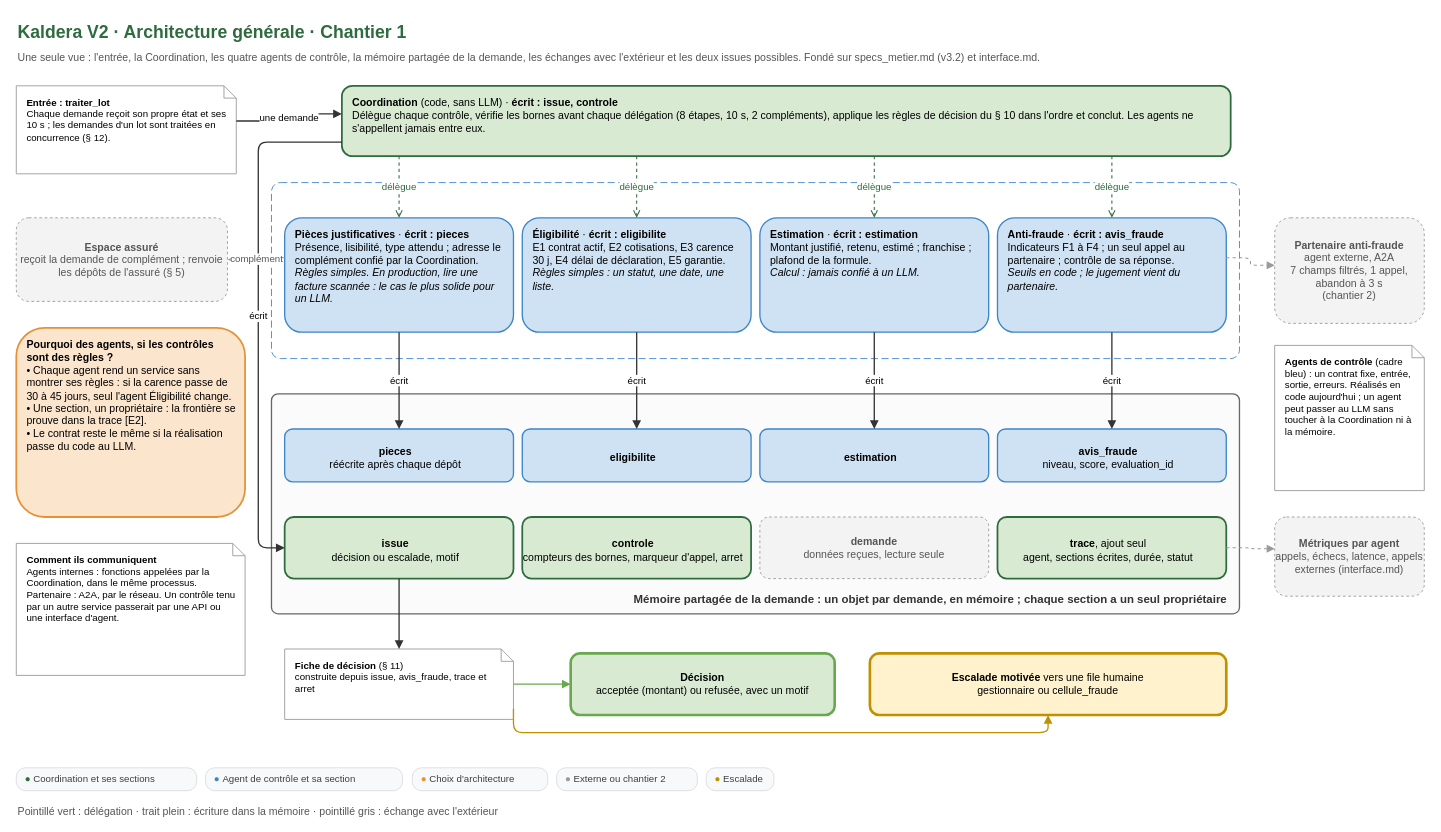
Ganda15/kaldera-v2-conception keeps this draw.io diagram as schemas/schema-A-architecture-generale.drawio. Above is the earlier version. Source tidied: cells renumbered, new cells numbered last; positions are measured from the earlier drawing's top-left corner, leaving out a move shared by most shapes. Both pictures are drawn from the tidied source at 88%, with x=0, y=0 at pixel (16, 15).
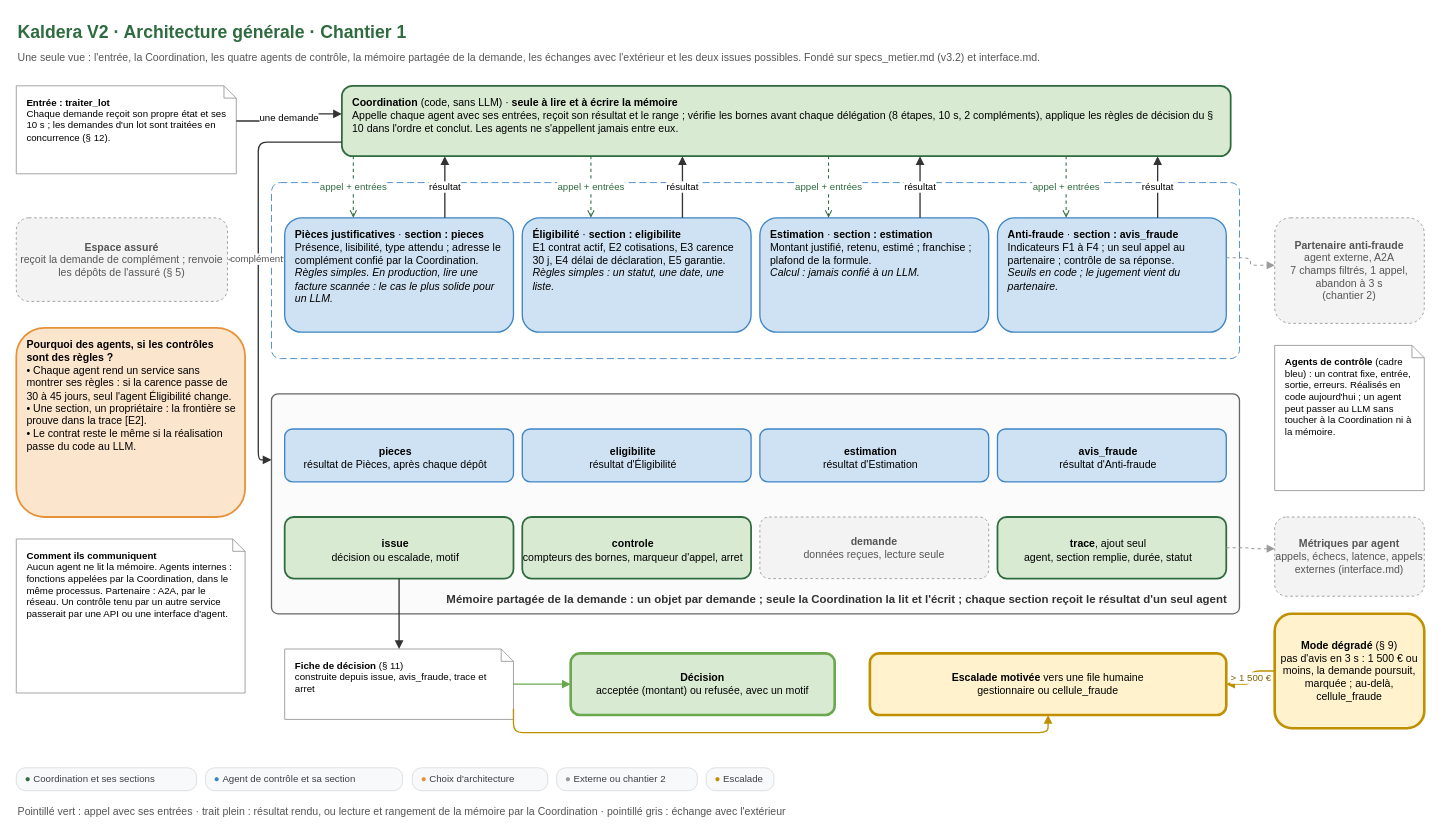
After the change.

Commit message (it also covers changes not shown here):
docs(chantier 1): la Coordination seule lit et ecrit l'etat de la demande

Unchanged cells that the change refers to:
```xml
<mxCell id="25" value="&lt;b&gt;issue&lt;/b&gt;&lt;br&gt;décision ou escalade, motif" style="whiteSpace=wrap;html=1;fontFamily=Arial;fontSize=12;align=left;spacingLeft=10;spacingRight=8;verticalAlign=top;spacingTop=6;rounded=1;fillColor=#d9ead3;strokeColor=#2E6B3E;strokeWidth=2;align=center;verticalAlign=middle;spacingLeft=0;" parent="1" vertex="1">
  <mxGeometry x="305" y="570" width="260" height="70" as="geometry" />
</mxCell>
<mxCell id="40" value="&lt;b&gt;Escalade motivée&lt;/b&gt; vers une file humaine&lt;br&gt;gestionnaire ou cellule_fraude" style="whiteSpace=wrap;html=1;fontFamily=Arial;fontSize=12;rounded=1;fillColor=#fff2cc;strokeColor=#bf9000;strokeWidth=3;" parent="1" vertex="1">
  <mxGeometry x="970" y="725" width="405" height="70" as="geometry" />
</mxCell>
```

Change to the diagram source:
```diff
@@
-    <mxCell id="5" value="&lt;b&gt;Coordination&lt;/b&gt; (code, sans LLM) · &lt;b&gt;écrit : issue, controle&lt;/b&gt;&lt;br&gt;Délègue chaque contrôle, vérifie les bornes avant chaque délégation (8 étapes, 10 s, 2 compléments), applique les règles de décision du § 10 dans l'ordre et conclut. Les agents ne s'appellent jamais entre eux." style="whiteSpace=wrap;html=1;fontFamily=Arial;fontSize=12;align=left;spacingLeft=10;spacingRight=8;verticalAlign=top;spacingTop=6;rounded=1;fillColor=#d9ead3;strokeColor=#2E6B3E;strokeWidth=2;" parent="1" vertex="1">
+    <mxCell id="5" value="&lt;b&gt;Coordination&lt;/b&gt; (code, sans LLM) · &lt;b&gt;seule à lire et à écrire la mémoire&lt;/b&gt;&lt;br&gt;Appelle chaque agent avec ses entrées, reçoit son résultat et le range ; vérifie les bornes avant chaque délégation (8 étapes, 10 s, 2 compléments), applique les règles de décision du § 10 dans l'ordre et conclut. Les agents ne s'appellent jamais entre eux." style="whiteSpace=wrap;html=1;fontFamily=Arial;fontSize=12;align=left;spacingLeft=10;spacingRight=8;verticalAlign=top;spacingTop=6;rounded=1;fillColor=#d9ead3;strokeColor=#2E6B3E;strokeWidth=2;" parent="1" vertex="1">
       <mxGeometry x="370" y="80" width="1010" height="80" as="geometry" />
     </mxCell>
@@
-    <mxCell id="8" value="&lt;b&gt;Pièces justificatives&lt;/b&gt; · &lt;b&gt;écrit : pieces&lt;/b&gt;&lt;br&gt;Présence, lisibilité, type attendu ; adresse le complément confié par la Coordination.&lt;br&gt;&lt;i&gt;Règles simples. En production, lire une facture scannée : le cas le plus solide pour un LLM.&lt;/i&gt;" style="whiteSpace=wrap;html=1;fontFamily=Arial;fontSize=12;align=left;spacingLeft=10;spacingRight=8;verticalAlign=top;spacingTop=6;rounded=1;fillColor=#cfe2f3;strokeColor=#3d85c6;strokeWidth=1.5;" parent="1" vertex="1">
+    <mxCell id="8" value="&lt;b&gt;Pièces justificatives&lt;/b&gt; · &lt;b&gt;section : pieces&lt;/b&gt;&lt;br&gt;Présence, lisibilité, type attendu ; adresse le complément confié par la Coordination.&lt;br&gt;&lt;i&gt;Règles simples. En production, lire une facture scannée : le cas le plus solide pour un LLM.&lt;/i&gt;" style="whiteSpace=wrap;html=1;fontFamily=Arial;fontSize=12;align=left;spacingLeft=10;spacingRight=8;verticalAlign=top;spacingTop=6;rounded=1;fillColor=#cfe2f3;strokeColor=#3d85c6;strokeWidth=1.5;" parent="1" vertex="1">
       <mxGeometry x="305" y="230" width="260" height="130" as="geometry" />
     </mxCell>
-    <mxCell id="9" value="délègue" style="edgeStyle=orthogonalEdgeStyle;rounded=1;html=1;fontFamily=Arial;fontSize=11;labelBackgroundColor=#ffffff;endArrow=open;endFill=0;dashed=1;strokeColor=#2E6B3E;strokeWidth=1.2;fontColor=#2E6B3E;exitX=0.06435643564356436;exitY=1;exitDx=0;exitDy=0;entryX=0.5;entryY=0;entryDx=0;entryDy=0;" parent="1" edge="1" source="5" target="8">
+    <mxCell id="9" value="appel + entrées" style="edgeStyle=orthogonalEdgeStyle;rounded=1;html=1;fontFamily=Arial;fontSize=11;labelBackgroundColor=#ffffff;endArrow=open;endFill=0;dashed=1;strokeColor=#2E6B3E;strokeWidth=1.2;fontColor=#2E6B3E;exitX=0.01287128712871287;exitY=1;exitDx=0;exitDy=0;entryX=0.3;entryY=0;entryDx=0;entryDy=0;" parent="1" edge="1" source="5" target="8">
       <mxGeometry relative="1" as="geometry" />
     </mxCell>
+    <mxCell id="51" value="résultat" style="edgeStyle=orthogonalEdgeStyle;rounded=1;html=1;fontFamily=Arial;fontSize=11;labelBackgroundColor=#ffffff;endArrow=block;endFill=1;strokeColor=#333333;strokeWidth=1.5;exitX=0.7;exitY=0;exitDx=0;exitDy=0;entryX=0.11584158415841585;entryY=1;entryDx=0;entryDy=0;" parent="1" edge="1" source="8" target="5">
+      <mxGeometry relative="1" as="geometry" />
+    </mxCell>
-    <mxCell id="10" value="&lt;b&gt;Éligibilité&lt;/b&gt; · &lt;b&gt;écrit : eligibilite&lt;/b&gt;&lt;br&gt;E1 contrat actif, E2 cotisations, E3 carence 30 j, E4 délai de déclaration, E5 garantie.&lt;br&gt;&lt;i&gt;Règles simples : un statut, une date, une liste.&lt;/i&gt;" style="whiteSpace=wrap;html=1;fontFamily=Arial;fontSize=12;align=left;spacingLeft=10;spacingRight=8;verticalAlign=top;spacingTop=6;rounded=1;fillColor=#cfe2f3;strokeColor=#3d85c6;strokeWidth=1.5;" parent="1" vertex="1">
+    <mxCell id="10" value="&lt;b&gt;Éligibilité&lt;/b&gt; · &lt;b&gt;section : eligibilite&lt;/b&gt;&lt;br&gt;E1 contrat actif, E2 cotisations, E3 carence 30 j, E4 délai de déclaration, E5 garantie.&lt;br&gt;&lt;i&gt;Règles simples : un statut, une date, une liste.&lt;/i&gt;" style="whiteSpace=wrap;html=1;fontFamily=Arial;fontSize=12;align=left;spacingLeft=10;spacingRight=8;verticalAlign=top;spacingTop=6;rounded=1;fillColor=#cfe2f3;strokeColor=#3d85c6;strokeWidth=1.5;" parent="1" vertex="1">
       <mxGeometry x="575" y="230" width="260" height="130" as="geometry" />
     </mxCell>
-    <mxCell id="11" value="délègue" style="edgeStyle=orthogonalEdgeStyle;rounded=1;html=1;fontFamily=Arial;fontSize=11;labelBackgroundColor=#ffffff;endArrow=open;endFill=0;dashed=1;strokeColor=#2E6B3E;strokeWidth=1.2;fontColor=#2E6B3E;exitX=0.3316831683168317;exitY=1;exitDx=0;exitDy=0;entryX=0.5;entryY=0;entryDx=0;entryDy=0;" parent="1" edge="1" source="5" target="10">
+    <mxCell id="11" value="appel + entrées" style="edgeStyle=orthogonalEdgeStyle;rounded=1;html=1;fontFamily=Arial;fontSize=11;labelBackgroundColor=#ffffff;endArrow=open;endFill=0;dashed=1;strokeColor=#2E6B3E;strokeWidth=1.2;fontColor=#2E6B3E;exitX=0.2801980198019802;exitY=1;exitDx=0;exitDy=0;entryX=0.3;entryY=0;entryDx=0;entryDy=0;" parent="1" edge="1" source="5" target="10">
       <mxGeometry relative="1" as="geometry" />
     </mxCell>
+    <mxCell id="52" value="résultat" style="edgeStyle=orthogonalEdgeStyle;rounded=1;html=1;fontFamily=Arial;fontSize=11;labelBackgroundColor=#ffffff;endArrow=block;endFill=1;strokeColor=#333333;strokeWidth=1.5;exitX=0.7;exitY=0;exitDx=0;exitDy=0;entryX=0.3831683168316832;entryY=1;entryDx=0;entryDy=0;" parent="1" edge="1" source="10" target="5">
+      <mxGeometry relative="1" as="geometry" />
+    </mxCell>
-    <mxCell id="12" value="&lt;b&gt;Estimation&lt;/b&gt; · &lt;b&gt;écrit : estimation&lt;/b&gt;&lt;br&gt;Montant justifié, retenu, estimé ; franchise ; plafond de la formule.&lt;br&gt;&lt;i&gt;Calcul : jamais confié à un LLM.&lt;/i&gt;" style="whiteSpace=wrap;html=1;fontFamily=Arial;fontSize=12;align=left;spacingLeft=10;spacingRight=8;verticalAlign=top;spacingTop=6;rounded=1;fillColor=#cfe2f3;strokeColor=#3d85c6;strokeWidth=1.5;" parent="1" vertex="1">
+    <mxCell id="12" value="&lt;b&gt;Estimation&lt;/b&gt; · &lt;b&gt;section : estimation&lt;/b&gt;&lt;br&gt;Montant justifié, retenu, estimé ; franchise ; plafond de la formule.&lt;br&gt;&lt;i&gt;Calcul : jamais confié à un LLM.&lt;/i&gt;" style="whiteSpace=wrap;html=1;fontFamily=Arial;fontSize=12;align=left;spacingLeft=10;spacingRight=8;verticalAlign=top;spacingTop=6;rounded=1;fillColor=#cfe2f3;strokeColor=#3d85c6;strokeWidth=1.5;" parent="1" vertex="1">
       <mxGeometry x="845" y="230" width="260" height="130" as="geometry" />
     </mxCell>
-    <mxCell id="13" value="délègue" style="edgeStyle=orthogonalEdgeStyle;rounded=1;html=1;fontFamily=Arial;fontSize=11;labelBackgroundColor=#ffffff;endArrow=open;endFill=0;dashed=1;strokeColor=#2E6B3E;strokeWidth=1.2;fontColor=#2E6B3E;exitX=0.599009900990099;exitY=1;exitDx=0;exitDy=0;entryX=0.5;entryY=0;entryDx=0;entryDy=0;" parent="1" edge="1" source="5" target="12">
+    <mxCell id="13" value="appel + entrées" style="edgeStyle=orthogonalEdgeStyle;rounded=1;html=1;fontFamily=Arial;fontSize=11;labelBackgroundColor=#ffffff;endArrow=open;endFill=0;dashed=1;strokeColor=#2E6B3E;strokeWidth=1.2;fontColor=#2E6B3E;exitX=0.5475247524752476;exitY=1;exitDx=0;exitDy=0;entryX=0.3;entryY=0;entryDx=0;entryDy=0;" parent="1" edge="1" source="5" target="12">
       <mxGeometry relative="1" as="geometry" />
     </mxCell>
+    <mxCell id="53" value="résultat" style="edgeStyle=orthogonalEdgeStyle;rounded=1;html=1;fontFamily=Arial;fontSize=11;labelBackgroundColor=#ffffff;endArrow=block;endFill=1;strokeColor=#333333;strokeWidth=1.5;exitX=0.7;exitY=0;exitDx=0;exitDy=0;entryX=0.6504950495049505;entryY=1;entryDx=0;entryDy=0;" parent="1" edge="1" source="12" target="5">
+      <mxGeometry relative="1" as="geometry" />
+    </mxCell>
-    <mxCell id="14" value="&lt;b&gt;Anti-fraude&lt;/b&gt; · &lt;b&gt;écrit : avis_fraude&lt;/b&gt;&lt;br&gt;Indicateurs F1 à F4 ; un seul appel au partenaire ; contrôle de sa réponse.&lt;br&gt;&lt;i&gt;Seuils en code ; le jugement vient du partenaire.&lt;/i&gt;" style="whiteSpace=wrap;html=1;fontFamily=Arial;fontSize=12;align=left;spacingLeft=10;spacingRight=8;verticalAlign=top;spacingTop=6;rounded=1;fillColor=#cfe2f3;strokeColor=#3d85c6;strokeWidth=1.5;" parent="1" vertex="1">
+    <mxCell id="14" value="&lt;b&gt;Anti-fraude&lt;/b&gt; · &lt;b&gt;section : avis_fraude&lt;/b&gt;&lt;br&gt;Indicateurs F1 à F4 ; un seul appel au partenaire ; contrôle de sa réponse.&lt;br&gt;&lt;i&gt;Seuils en code ; le jugement vient du partenaire.&lt;/i&gt;" style="whiteSpace=wrap;html=1;fontFamily=Arial;fontSize=12;align=left;spacingLeft=10;spacingRight=8;verticalAlign=top;spacingTop=6;rounded=1;fillColor=#cfe2f3;strokeColor=#3d85c6;strokeWidth=1.5;" parent="1" vertex="1">
       <mxGeometry x="1115" y="230" width="260" height="130" as="geometry" />
     </mxCell>
-    <mxCell id="15" value="délègue" style="edgeStyle=orthogonalEdgeStyle;rounded=1;html=1;fontFamily=Arial;fontSize=11;labelBackgroundColor=#ffffff;endArrow=open;endFill=0;dashed=1;strokeColor=#2E6B3E;strokeWidth=1.2;fontColor=#2E6B3E;exitX=0.8663366336633663;exitY=1;exitDx=0;exitDy=0;entryX=0.5;entryY=0;entryDx=0;entryDy=0;" parent="1" edge="1" source="5" target="14">
+    <mxCell id="15" value="appel + entrées" style="edgeStyle=orthogonalEdgeStyle;rounded=1;html=1;fontFamily=Arial;fontSize=11;labelBackgroundColor=#ffffff;endArrow=open;endFill=0;dashed=1;strokeColor=#2E6B3E;strokeWidth=1.2;fontColor=#2E6B3E;exitX=0.8148514851485148;exitY=1;exitDx=0;exitDy=0;entryX=0.3;entryY=0;entryDx=0;entryDy=0;" parent="1" edge="1" source="5" target="14">
       <mxGeometry relative="1" as="geometry" />
     </mxCell>
+    <mxCell id="54" value="résultat" style="edgeStyle=orthogonalEdgeStyle;rounded=1;html=1;fontFamily=Arial;fontSize=11;labelBackgroundColor=#ffffff;endArrow=block;endFill=1;strokeColor=#333333;strokeWidth=1.5;exitX=0.7;exitY=0;exitDx=0;exitDy=0;entryX=0.9178217821782179;entryY=1;entryDx=0;entryDy=0;" parent="1" edge="1" source="14" target="5">
+      <mxGeometry relative="1" as="geometry" />
+    </mxCell>
-    <mxCell id="16" value="Mémoire partagée de la demande : un objet par demande, en mémoire ; chaque section a un seul propriétaire" style="rounded=1;arcSize=3;whiteSpace=wrap;html=1;fillColor=#fbfbfb;strokeColor=#666666;strokeWidth=1.5;verticalAlign=top;align=left;spacingLeft=12;spacingTop=6;fontFamily=Arial;fontSize=13;fontStyle=1;fontColor=#333333;verticalAlign=bottom;spacingBottom=6;align=right;spacingRight=12;" parent="1" vertex="1">
+    <mxCell id="16" value="Mémoire partagée de la demande : un objet par demande ; seule la Coordination la lit et l'écrit ; chaque section reçoit le résultat d'un seul agent" style="rounded=1;arcSize=3;whiteSpace=wrap;html=1;fillColor=#fbfbfb;strokeColor=#666666;strokeWidth=1.5;verticalAlign=top;align=left;spacingLeft=12;spacingTop=6;fontFamily=Arial;fontSize=13;fontStyle=1;fontColor=#333333;verticalAlign=bottom;spacingBottom=6;align=right;spacingRight=12;" parent="1" vertex="1">
       <mxGeometry x="290" y="430" width="1100" height="250" as="geometry" />
     </mxCell>
-    <mxCell id="17" value="&lt;b&gt;pieces&lt;/b&gt;&lt;br&gt;réécrite après chaque dépôt" style="whiteSpace=wrap;html=1;fontFamily=Arial;fontSize=12;align=left;spacingLeft=10;spacingRight=8;verticalAlign=top;spacingTop=6;rounded=1;fillColor=#cfe2f3;strokeColor=#3d85c6;strokeWidth=1.5;align=center;verticalAlign=middle;spacingLeft=0;" parent="1" vertex="1">
+    <mxCell id="17" value="&lt;b&gt;pieces&lt;/b&gt;&lt;br&gt;résultat de Pièces, après chaque dépôt" style="whiteSpace=wrap;html=1;fontFamily=Arial;fontSize=12;align=left;spacingLeft=10;spacingRight=8;verticalAlign=top;spacingTop=6;rounded=1;fillColor=#cfe2f3;strokeColor=#3d85c6;strokeWidth=1.5;align=center;verticalAlign=middle;spacingLeft=0;" parent="1" vertex="1">
       <mxGeometry x="305" y="470" width="260" height="60" as="geometry" />
     </mxCell>
-    <mxCell id="18" value="&lt;b&gt;eligibilite&lt;/b&gt;" style="whiteSpace=wrap;html=1;fontFamily=Arial;fontSize=12;align=left;spacingLeft=10;spacingRight=8;verticalAlign=top;spacingTop=6;rounded=1;fillColor=#cfe2f3;strokeColor=#3d85c6;strokeWidth=1.5;align=center;verticalAlign=middle;spacingLeft=0;" parent="1" vertex="1">
+    <mxCell id="18" value="&lt;b&gt;eligibilite&lt;/b&gt;&lt;br&gt;résultat d'Éligibilité" style="whiteSpace=wrap;html=1;fontFamily=Arial;fontSize=12;align=left;spacingLeft=10;spacingRight=8;verticalAlign=top;spacingTop=6;rounded=1;fillColor=#cfe2f3;strokeColor=#3d85c6;strokeWidth=1.5;align=center;verticalAlign=middle;spacingLeft=0;" parent="1" vertex="1">
       <mxGeometry x="575" y="470" width="260" height="60" as="geometry" />
     </mxCell>
-    <mxCell id="19" value="&lt;b&gt;estimation&lt;/b&gt;" style="whiteSpace=wrap;html=1;fontFamily=Arial;fontSize=12;align=left;spacingLeft=10;spacingRight=8;verticalAlign=top;spacingTop=6;rounded=1;fillColor=#cfe2f3;strokeColor=#3d85c6;strokeWidth=1.5;align=center;verticalAlign=middle;spacingLeft=0;" parent="1" vertex="1">
+    <mxCell id="19" value="&lt;b&gt;estimation&lt;/b&gt;&lt;br&gt;résultat d'Estimation" style="whiteSpace=wrap;html=1;fontFamily=Arial;fontSize=12;align=left;spacingLeft=10;spacingRight=8;verticalAlign=top;spacingTop=6;rounded=1;fillColor=#cfe2f3;strokeColor=#3d85c6;strokeWidth=1.5;align=center;verticalAlign=middle;spacingLeft=0;" parent="1" vertex="1">
       <mxGeometry x="845" y="470" width="260" height="60" as="geometry" />
     </mxCell>
-    <mxCell id="20" value="&lt;b&gt;avis_fraude&lt;/b&gt;&lt;br&gt;niveau, score, evaluation_id" style="whiteSpace=wrap;html=1;fontFamily=Arial;fontSize=12;align=left;spacingLeft=10;spacingRight=8;verticalAlign=top;spacingTop=6;rounded=1;fillColor=#cfe2f3;strokeColor=#3d85c6;strokeWidth=1.5;align=center;verticalAlign=middle;spacingLeft=0;" parent="1" vertex="1">
+    <mxCell id="20" value="&lt;b&gt;avis_fraude&lt;/b&gt;&lt;br&gt;résultat d'Anti-fraude" style="whiteSpace=wrap;html=1;fontFamily=Arial;fontSize=12;align=left;spacingLeft=10;spacingRight=8;verticalAlign=top;spacingTop=6;rounded=1;fillColor=#cfe2f3;strokeColor=#3d85c6;strokeWidth=1.5;align=center;verticalAlign=middle;spacingLeft=0;" parent="1" vertex="1">
       <mxGeometry x="1115" y="470" width="260" height="60" as="geometry" />
     </mxCell>
-    <mxCell id="21" value="écrit" style="edgeStyle=orthogonalEdgeStyle;rounded=1;html=1;fontFamily=Arial;fontSize=11;labelBackgroundColor=#ffffff;endArrow=block;endFill=1;strokeColor=#333333;strokeWidth=1.5;exitX=0.5;exitY=1;exitDx=0;exitDy=0;entryX=0.5;entryY=0;entryDx=0;entryDy=0;" parent="1" edge="1" source="8" target="17">
-      <mxGeometry relative="1" as="geometry" />
-    </mxCell>
-    <mxCell id="22" value="écrit" style="edgeStyle=orthogonalEdgeStyle;rounded=1;html=1;fontFamily=Arial;fontSize=11;labelBackgroundColor=#ffffff;endArrow=block;endFill=1;strokeColor=#333333;strokeWidth=1.5;exitX=0.5;exitY=1;exitDx=0;exitDy=0;entryX=0.5;entryY=0;entryDx=0;entryDy=0;" parent="1" edge="1" source="10" target="18">
-      <mxGeometry relative="1" as="geometry" />
-    </mxCell>
-    <mxCell id="23" value="écrit" style="edgeStyle=orthogonalEdgeStyle;rounded=1;html=1;fontFamily=Arial;fontSize=11;labelBackgroundColor=#ffffff;endArrow=block;endFill=1;strokeColor=#333333;strokeWidth=1.5;exitX=0.5;exitY=1;exitDx=0;exitDy=0;entryX=0.5;entryY=0;entryDx=0;entryDy=0;" parent="1" edge="1" source="12" target="19">
-      <mxGeometry relative="1" as="geometry" />
-    </mxCell>
-    <mxCell id="24" value="écrit" style="edgeStyle=orthogonalEdgeStyle;rounded=1;html=1;fontFamily=Arial;fontSize=11;labelBackgroundColor=#ffffff;endArrow=block;endFill=1;strokeColor=#333333;strokeWidth=1.5;exitX=0.5;exitY=1;exitDx=0;exitDy=0;entryX=0.5;entryY=0;entryDx=0;entryDy=0;" parent="1" edge="1" source="14" target="20">
-      <mxGeometry relative="1" as="geometry" />
-    </mxCell>
@@
-    <mxCell id="28" value="&lt;b&gt;trace&lt;/b&gt;, ajout seul&lt;br&gt;agent, sections écrites, durée, statut" style="whiteSpace=wrap;html=1;fontFamily=Arial;fontSize=12;align=left;spacingLeft=10;spacingRight=8;verticalAlign=top;spacingTop=6;rounded=1;fillColor=#d9ead3;strokeColor=#2E6B3E;strokeWidth=2;align=center;verticalAlign=middle;spacingLeft=0;" parent="1" vertex="1">
+    <mxCell id="28" value="&lt;b&gt;trace&lt;/b&gt;, ajout seul&lt;br&gt;agent, section remplie, durée, statut" style="whiteSpace=wrap;html=1;fontFamily=Arial;fontSize=12;align=left;spacingLeft=10;spacingRight=8;verticalAlign=top;spacingTop=6;rounded=1;fillColor=#d9ead3;strokeColor=#2E6B3E;strokeWidth=2;align=center;verticalAlign=middle;spacingLeft=0;" parent="1" vertex="1">
       <mxGeometry x="1115" y="570" width="260" height="70" as="geometry" />
     </mxCell>
-    <mxCell id="29" value="écrit" style="edgeStyle=orthogonalEdgeStyle;rounded=1;html=1;fontFamily=Arial;fontSize=11;labelBackgroundColor=#ffffff;endArrow=block;endFill=1;strokeColor=#333333;strokeWidth=1.5;exitX=0;exitY=0.8;exitDx=0;exitDy=0;entryX=0;entryY=0.5;entryDx=0;entryDy=0;" parent="1" edge="1" source="5" target="25">
+    <mxCell id="29" style="edgeStyle=orthogonalEdgeStyle;rounded=1;html=1;fontFamily=Arial;fontSize=11;labelBackgroundColor=#ffffff;endArrow=block;endFill=1;strokeColor=#333333;strokeWidth=1.5;exitX=0;exitY=0.8;exitDx=0;exitDy=0;entryX=0;entryY=0.3;entryDx=0;entryDy=0;" parent="1" edge="1" source="5" target="16">
       <mxGeometry relative="1" as="geometry">
         <Array as="points">
           <mxPoint x="275" y="144" />
-          <mxPoint x="275" y="605" />
+          <mxPoint x="275" y="505" />
         </Array>
       </mxGeometry>
     </mxCell>
@@
+    <mxCell id="55" value="&lt;b&gt;Mode dégradé&lt;/b&gt; (§ 9)&lt;br&gt;pas d'avis en 3 s : 1 500 € ou moins, la demande poursuit, marquée ; au-delà, cellule_fraude" style="whiteSpace=wrap;html=1;fontFamily=Arial;fontSize=12;rounded=1;fillColor=#fff2cc;strokeColor=#bf9000;strokeWidth=3;" parent="1" vertex="1">
+      <mxGeometry x="1430" y="680" width="170" height="130" as="geometry" />
+    </mxCell>
+    <mxCell id="56" value="&gt; 1 500 €" style="edgeStyle=orthogonalEdgeStyle;rounded=1;html=1;fontFamily=Arial;fontSize=11;labelBackgroundColor=#ffffff;endArrow=block;endFill=1;strokeColor=#bf9000;strokeWidth=1.5;fontColor=#7f6000;exitX=0;exitY=0.5;exitDx=0;exitDy=0;entryX=1;entryY=0.5;entryDx=0;entryDy=0;" parent="1" edge="1" source="55" target="40">
+      <mxGeometry relative="1" as="geometry" />
+    </mxCell>
@@
-    <mxCell id="44" value="&lt;b&gt;Comment ils communiquent&lt;/b&gt;&lt;br&gt;Agents internes : fonctions appelées par la Coordination, dans le même processus. Partenaire : A2A, par le réseau. Un contrôle tenu par un autre service passerait par une API ou une interface d'agent." style="whiteSpace=wrap;html=1;fontFamily=Arial;fontSize=12;align=left;spacingLeft=10;spacingRight=8;verticalAlign=top;spacingTop=6;shape=note;size=14;fillColor=#ffffff;strokeColor=#999999;fontSize=11;" parent="1" vertex="1">
-      <mxGeometry y="600" width="260" height="150" as="geometry" />
+    <mxCell id="44" value="&lt;b&gt;Comment ils communiquent&lt;/b&gt;&lt;br&gt;Aucun agent ne lit la mémoire. Agents internes : fonctions appelées par la Coordination, dans le même processus. Partenaire : A2A, par le réseau. Un contrôle tenu par un autre service passerait par une API ou une interface d'agent." style="whiteSpace=wrap;html=1;fontFamily=Arial;fontSize=12;align=left;spacingLeft=10;spacingRight=8;verticalAlign=top;spacingTop=6;shape=note;size=14;fillColor=#ffffff;strokeColor=#999999;fontSize=11;" parent="1" vertex="1">
+      <mxGeometry y="595" width="260" height="175" as="geometry" />
     </mxCell>
@@
-    <mxCell id="50" value="Pointillé vert : délégation · trait plein : écriture dans la mémoire · pointillé gris : échange avec l'extérieur" style="text;html=1;fontFamily=Arial;fontSize=12;fontColor=#555555;align=left;verticalAlign=top;whiteSpace=wrap;" parent="1" vertex="1">
+    <mxCell id="50" value="Pointillé vert : appel avec ses entrées · trait plein : résultat rendu, ou lecture et rangement de la mémoire par la Coordination · pointillé gris : échange avec l'extérieur" style="text;html=1;fontFamily=Arial;fontSize=12;fontColor=#555555;align=left;verticalAlign=top;whiteSpace=wrap;" parent="1" vertex="1">
       <mxGeometry y="891" width="900" height="20" as="geometry" />
     </mxCell>
```
